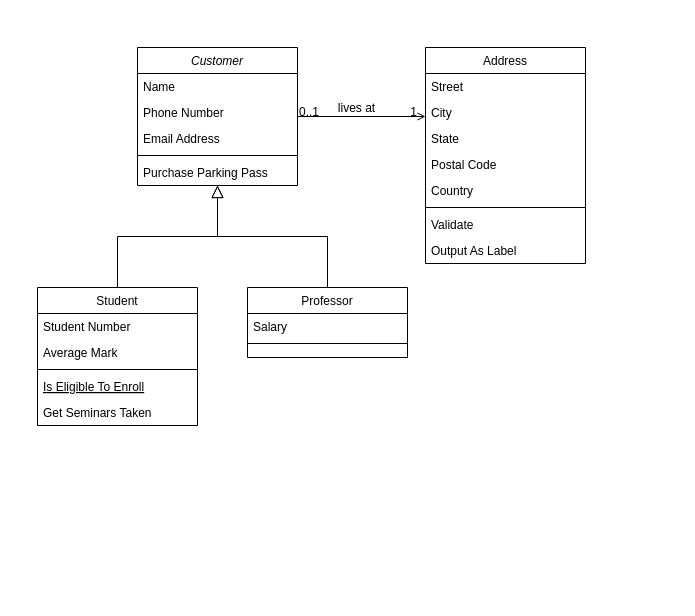
This is Chinook/Untitled Diagram.drawio from andrepegoraro/analytics-engineering, a draw.io file, before an edit. Source tidied: cells renumbered, new cells numbered last; positions are measured from the earlier drawing's top-left corner, leaving out a move shared by most shapes. Both pictures are drawn from the tidied source at 100%, with x=0, y=0 at pixel (37, 47).
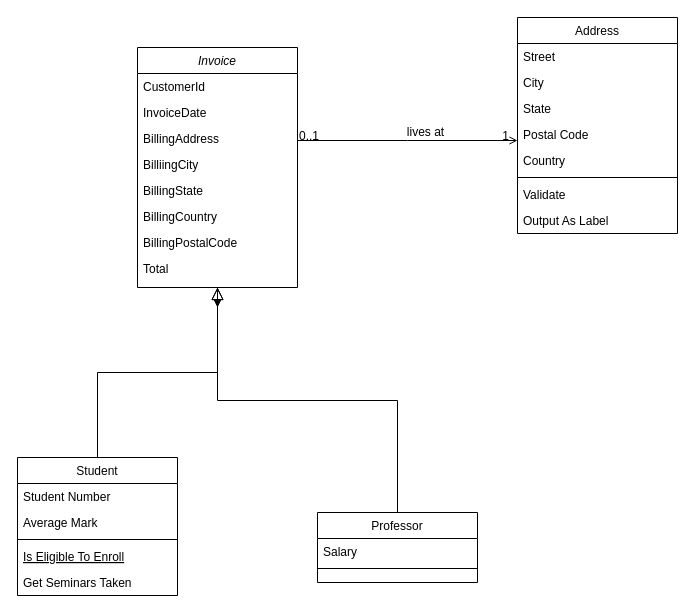
The same diagram, later.

The edit, as a diff of the source:
```diff
@@
+    <mxCell id="32" style="edgeStyle=orthogonalEdgeStyle;rounded=0;jettySize=auto;html=1;exitX=0.5;exitY=1;exitDx=0;exitDy=0;" parent="1" edge="1" source="2">
+      <mxGeometry relative="1" as="geometry">
+        <mxPoint x="180" y="260" as="targetPoint" />
+      </mxGeometry>
+    </mxCell>
-    <mxCell id="2" value="Customer" style="swimlane;fontStyle=2;align=center;verticalAlign=top;horizontal=1;startSize=26;rounded=0;shadow=0;strokeWidth=1;" parent="1" vertex="1">
-      <mxGeometry x="100" width="160" height="138" as="geometry" />
+    <mxCell id="2" value="Invoice" style="swimlane;fontStyle=2;align=center;verticalAlign=top;horizontal=1;startSize=26;rounded=0;shadow=0;strokeWidth=1;" parent="1" vertex="1">
+      <mxGeometry x="100" width="160" height="240" as="geometry" />
     </mxCell>
-    <mxCell id="3" value="Name" style="text;align=left;verticalAlign=top;spacingLeft=4;spacingRight=4;overflow=hidden;" parent="2" vertex="1">
+    <mxCell id="3" value="CustomerId" style="text;align=left;verticalAlign=top;spacingLeft=4;spacingRight=4;overflow=hidden;" parent="2" vertex="1">
       <mxGeometry y="26" width="160" height="26" as="geometry" />
     </mxCell>
-    <mxCell id="4" value="Phone Number" style="text;align=left;verticalAlign=top;spacingLeft=4;spacingRight=4;overflow=hidden;rounded=0;shadow=0;html=0;" parent="2" vertex="1">
+    <mxCell id="4" value="InvoiceDate" style="text;align=left;verticalAlign=top;spacingLeft=4;spacingRight=4;overflow=hidden;rounded=0;shadow=0;html=0;" parent="2" vertex="1">
       <mxGeometry y="52" width="160" height="26" as="geometry" />
     </mxCell>
-    <mxCell id="5" value="Email Address" style="text;align=left;verticalAlign=top;spacingLeft=4;spacingRight=4;overflow=hidden;rounded=0;shadow=0;html=0;" parent="2" vertex="1">
+    <mxCell id="5" value="BillingAddress" style="text;align=left;verticalAlign=top;spacingLeft=4;spacingRight=4;overflow=hidden;rounded=0;shadow=0;html=0;" parent="2" vertex="1">
       <mxGeometry y="78" width="160" height="26" as="geometry" />
     </mxCell>
-    <mxCell id="6" style="line;html=1;strokeWidth=1;align=left;verticalAlign=middle;spacingTop=-1;spacingLeft=3;spacingRight=3;labelPosition=right;" parent="2" vertex="1">
-      <mxGeometry y="104" width="160" height="8" as="geometry" />
-    </mxCell>
-    <mxCell id="7" value="Purchase Parking Pass" style="text;align=left;verticalAlign=top;spacingLeft=4;spacingRight=4;overflow=hidden;" parent="2" vertex="1">
-      <mxGeometry y="112" width="160" height="26" as="geometry" />
+    <mxCell id="7" value="BilliingCity" style="text;align=left;verticalAlign=top;spacingLeft=4;spacingRight=4;overflow=hidden;" parent="2" vertex="1">
+      <mxGeometry y="104" width="160" height="26" as="geometry" />
     </mxCell>
+    <mxCell id="33" value="BillingState" style="text;align=left;verticalAlign=top;spacingLeft=4;spacingRight=4;overflow=hidden;" parent="2" vertex="1">
+      <mxGeometry y="130" width="160" height="26" as="geometry" />
+    </mxCell>
+    <mxCell id="34" value="BillingCountry" style="text;align=left;verticalAlign=top;spacingLeft=4;spacingRight=4;overflow=hidden;" parent="2" vertex="1">
+      <mxGeometry y="156" width="160" height="26" as="geometry" />
+    </mxCell>
+    <mxCell id="35" value="BillingPostalCode" style="text;align=left;verticalAlign=top;spacingLeft=4;spacingRight=4;overflow=hidden;" parent="2" vertex="1">
+      <mxGeometry y="182" width="160" height="26" as="geometry" />
+    </mxCell>
+    <mxCell id="36" value="Total" style="text;align=left;verticalAlign=top;spacingLeft=4;spacingRight=4;overflow=hidden;" parent="2" vertex="1">
+      <mxGeometry y="208" width="160" height="26" as="geometry" />
+    </mxCell>
     <mxCell id="8" value="Student" style="swimlane;fontStyle=0;align=center;verticalAlign=top;horizontal=1;startSize=26;rounded=0;shadow=0;strokeWidth=1;" parent="1" vertex="1">
-      <mxGeometry y="240" width="160" height="138" as="geometry" />
+      <mxGeometry x="-20" y="410" width="160" height="138" as="geometry" />
     </mxCell>
@@
     <mxCell id="15" value="Professor" style="swimlane;fontStyle=0;align=center;verticalAlign=top;horizontal=1;startSize=26;rounded=0;shadow=0;strokeWidth=1;" parent="1" vertex="1">
-      <mxGeometry x="210" y="240" width="160" height="70" as="geometry" />
+      <mxGeometry x="280" y="465" width="160" height="70" as="geometry" />
     </mxCell>
@@
     <mxCell id="19" value="Address" style="swimlane;fontStyle=0;align=center;verticalAlign=top;horizontal=1;startSize=26;rounded=0;shadow=0;strokeWidth=1;" parent="1" vertex="1">
-      <mxGeometry x="388" width="160" height="216" as="geometry" />
+      <mxGeometry x="480" y="-30" width="160" height="216" as="geometry" />
     </mxCell>
```
